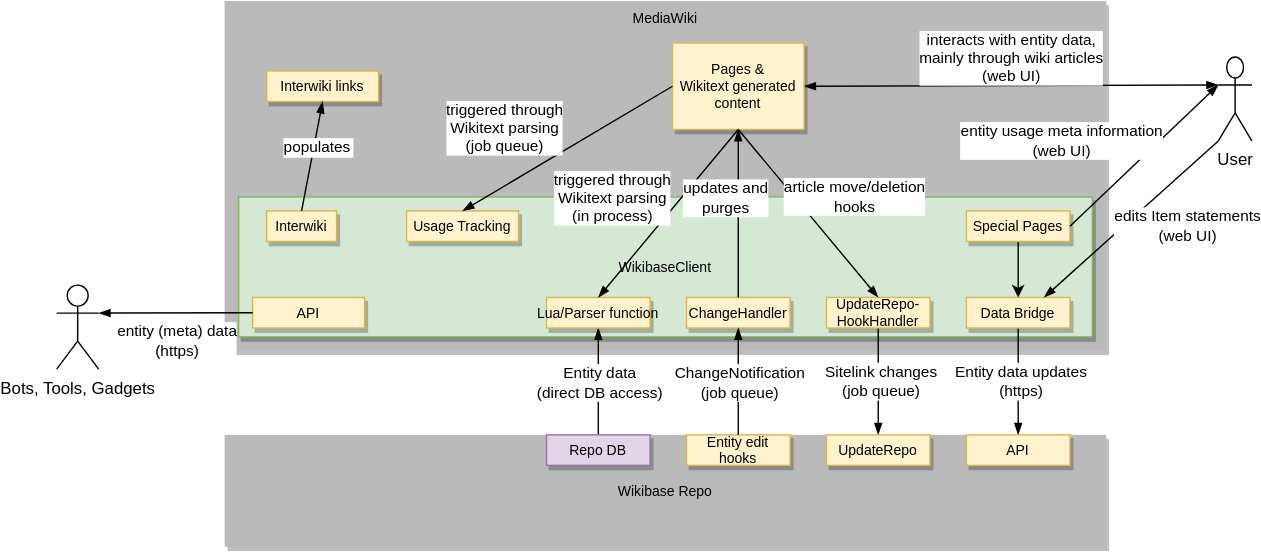
Earlier version of the draw.io export systems/WikibaseClient/diagrams/03-technical-context.drawio.svg (wmde/wikidata-wikibase-architecture). Source tidied: cells renumbered, new cells last; positions are measured from the earlier drawing's top-left corner, leaving out a move shared by most shapes.
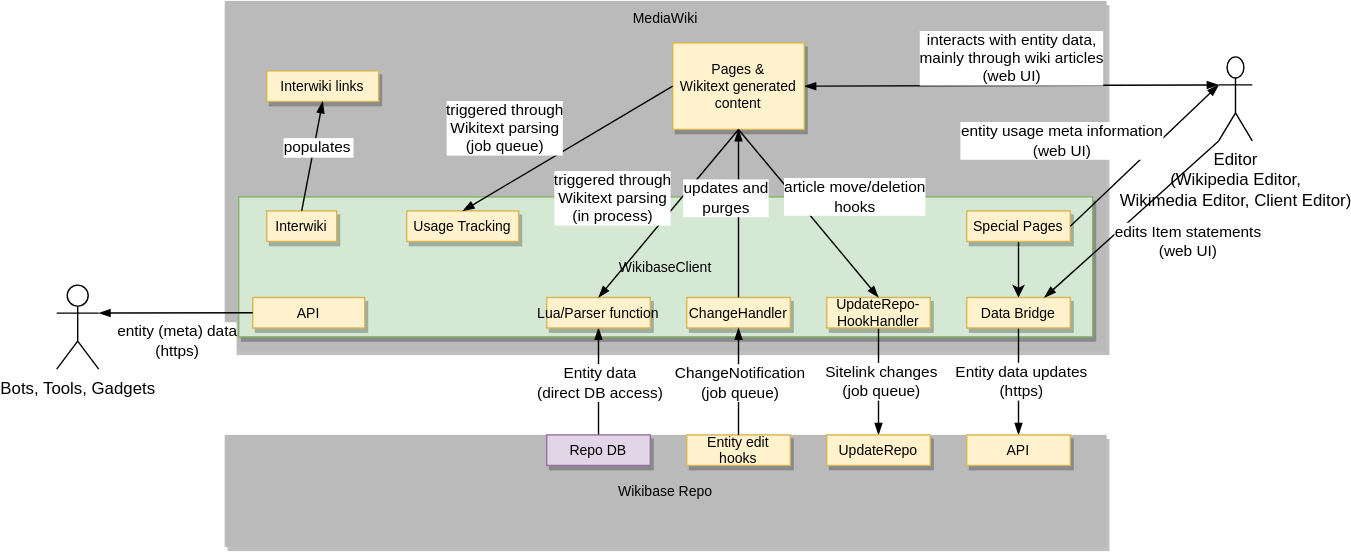
After the change.

Change to the diagram source:
```diff
@@ -102,7 +102,7 @@
         <mxPoint x="21.9" y="-24.1" as="offset" />
       </mxGeometry>
     </mxCell>
-    <mxCell id="30" value="User" style="shape=umlActor;verticalLabelPosition=bottom;verticalAlign=top;html=1;outlineConnect=0;" parent="1" vertex="1">
+    <mxCell id="30" value="Editor&lt;br&gt;(Wikipedia Editor,&lt;br&gt;Wikimedia Editor, Client Editor)" style="shape=umlActor;verticalLabelPosition=bottom;verticalAlign=top;html=1;outlineConnect=0;" parent="1" vertex="1">
       <mxGeometry x="830" y="40" width="24" height="60" as="geometry" />
     </mxCell>
     <mxCell id="31" style="endArrow=blockThin;strokeColor=#000000;fontSize=10;fontColor=#000000;strokeWidth=1;endFill=1;entryX=0.25;entryY=1;entryDx=0;entryDy=0;exitX=0;exitY=1;exitDx=0;exitDy=0;exitPerimeter=0;" parent="1" edge="1" source="30" target="13">
@@ -110,7 +110,7 @@
     </mxCell>
     <mxCell id="32" value="edits Item statements&lt;br&gt;(web UI)" style="edgeLabel;html=1;align=center;verticalAlign=middle;" parent="31" vertex="1">
       <mxGeometry x="0.24" y="-1" relative="1" as="geometry">
-        <mxPoint x="55.3" y="-7.9" as="offset" />
+        <mxPoint x="55.3" y="3.1" as="offset" />
       </mxGeometry>
     </mxCell>
     <mxCell id="33" style="edgeStyle=orthogonalEdgeStyle;rounded=0;jettySize=auto;html=1;" parent="1" edge="1" source="34" target="13">
```
